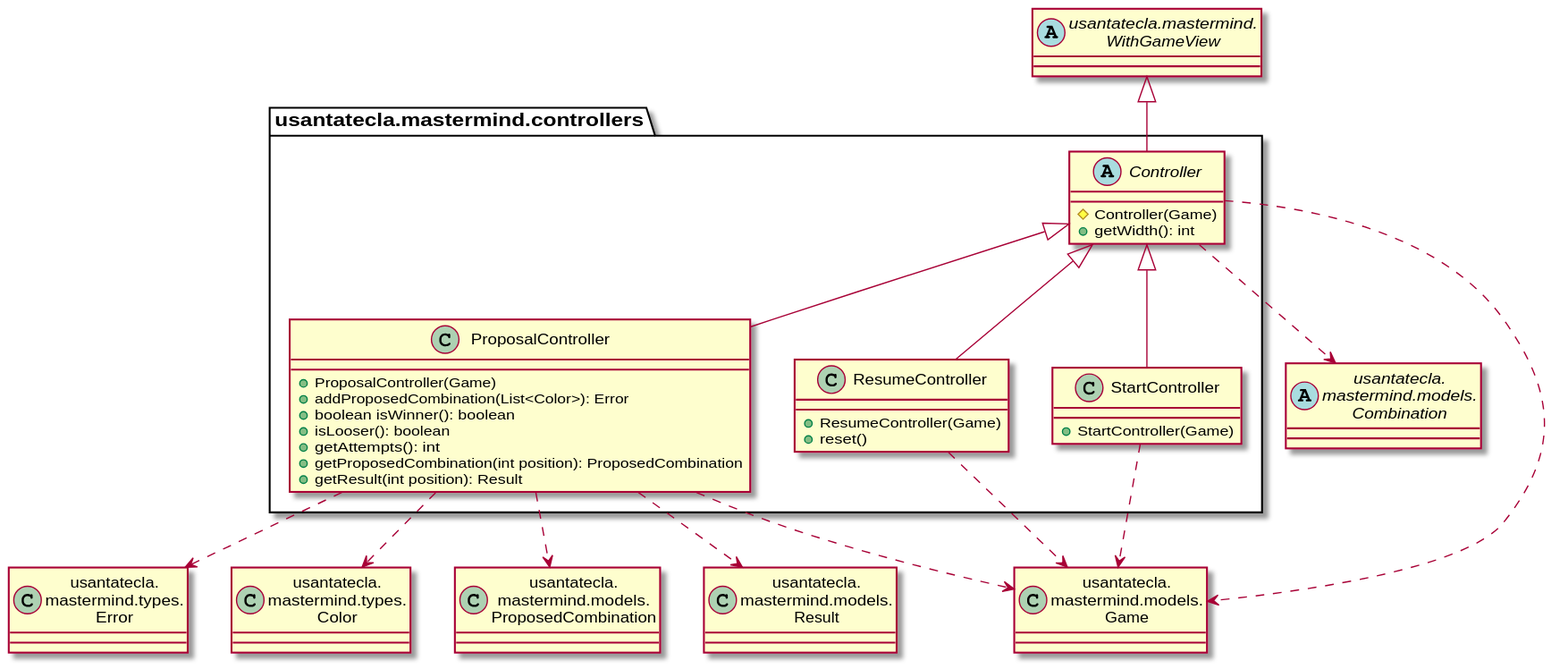
Above: modelViewPresenter/presentationModel/basic/docs/diagrams/out/paquetes/usantatecla.mastermind.controllers.svg in SantaTecla-mastermind/solution.java.swing.socket.sql (PlantUML), before the change.
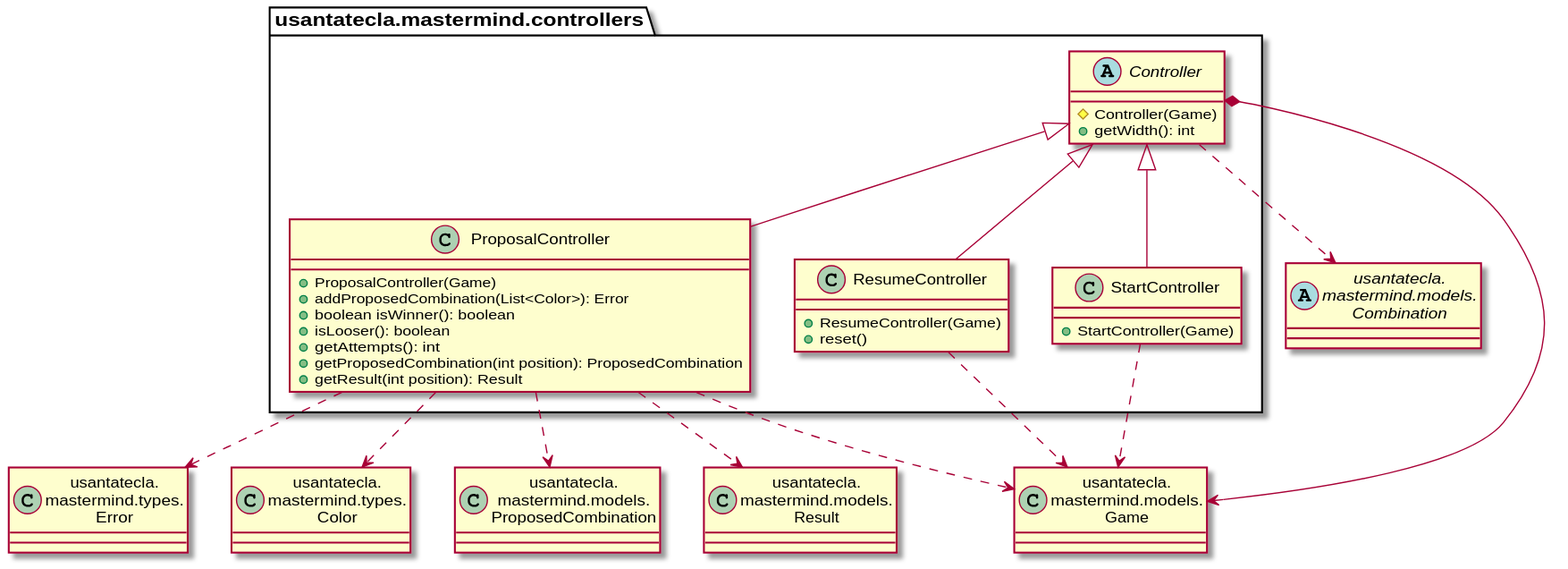
Above is the later version.

Diff of the diagram source:
```diff
@@ -1,5 +1,4 @@
 @startuml
-abstract class WithGameView as "usantatecla.mastermind.\nWithGameView"
 abstract class Combination as "usantatecla.\nmastermind.models.\nCombination"
 class Game as "usantatecla.\nmastermind.models.\nGame"
 class Error as "usantatecla.\nmastermind.types.\nError"
@@ -11,8 +10,7 @@
     # Controller(Game)
     + getWidth(): int
 }
-usantatecla.mastermind.controllers.Controller -up-|> WithGameView
-usantatecla.mastermind.controllers.Controller .down.> Game
+usantatecla.mastermind.controllers.Controller *-down-> Game
 usantatecla.mastermind.controllers.Controller .down.> Combination
 
 class usantatecla.mastermind.controllers.StartController {
```
